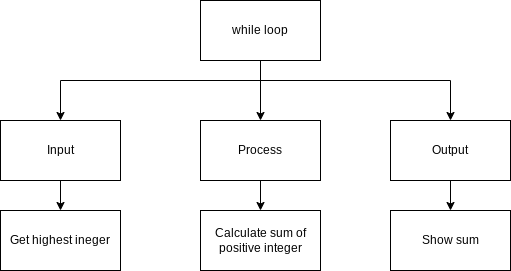
Before: top-down.png, a diagram exported from draw.io (Huzaifa-Khalid-2/ICS3U-Unit4-01-Python). Source tidied: cells renumbered, new cells last; positions are measured from the earlier drawing's top-left corner, leaving out a move shared by most shapes. The source it was exported from:
```xml
<mxGraphModel>
  <root>
    <mxCell id="0" />
    <mxCell id="1" parent="0" />
    <mxCell id="2" style="edgeStyle=none;html=1;entryX=0.5;entryY=0;entryDx=0;entryDy=0;" parent="1" edge="1" source="5" target="7">
      <mxGeometry relative="1" as="geometry" />
    </mxCell>
    <mxCell id="3" style="edgeStyle=orthogonalEdgeStyle;html=1;rounded=0;" parent="1" edge="1" source="5" target="9">
      <mxGeometry relative="1" as="geometry">
        <Array as="points">
          <mxPoint x="260" y="80" />
          <mxPoint x="60" y="80" />
        </Array>
      </mxGeometry>
    </mxCell>
    <mxCell id="4" style="edgeStyle=orthogonalEdgeStyle;rounded=0;html=1;" parent="1" edge="1" source="5" target="11">
      <mxGeometry relative="1" as="geometry">
        <Array as="points">
          <mxPoint x="260" y="80" />
          <mxPoint x="450" y="80" />
        </Array>
      </mxGeometry>
    </mxCell>
    <mxCell id="5" value="while loop" style="rounded=0;whiteSpace=wrap;html=1;" parent="1" vertex="1">
      <mxGeometry x="200" width="120" height="60" as="geometry" />
    </mxCell>
    <mxCell id="6" style="edgeStyle=orthogonalEdgeStyle;rounded=0;html=1;" parent="1" edge="1" source="7" target="13">
      <mxGeometry relative="1" as="geometry" />
    </mxCell>
    <mxCell id="7" value="Process" style="rounded=0;whiteSpace=wrap;html=1;" parent="1" vertex="1">
      <mxGeometry x="200" y="120" width="120" height="60" as="geometry" />
    </mxCell>
    <mxCell id="8" style="edgeStyle=orthogonalEdgeStyle;rounded=0;html=1;" parent="1" edge="1" source="9" target="12">
      <mxGeometry relative="1" as="geometry">
        <Array as="points">
          <mxPoint x="60" y="230" />
          <mxPoint x="60" y="230" />
        </Array>
      </mxGeometry>
    </mxCell>
    <mxCell id="9" value="Input" style="rounded=0;whiteSpace=wrap;html=1;" parent="1" vertex="1">
      <mxGeometry y="120" width="120" height="60" as="geometry" />
    </mxCell>
    <mxCell id="10" style="edgeStyle=orthogonalEdgeStyle;rounded=0;html=1;" parent="1" edge="1" source="11" target="14">
      <mxGeometry relative="1" as="geometry" />
    </mxCell>
    <mxCell id="11" value="Output" style="rounded=0;whiteSpace=wrap;html=1;" parent="1" vertex="1">
      <mxGeometry x="390" y="120" width="120" height="60" as="geometry" />
    </mxCell>
    <mxCell id="12" value="Get highest ineger" style="rounded=0;whiteSpace=wrap;html=1;" parent="1" vertex="1">
      <mxGeometry y="210" width="120" height="60" as="geometry" />
    </mxCell>
    <mxCell id="13" value="Calculate sum of positive integer" style="rounded=0;whiteSpace=wrap;html=1;" parent="1" vertex="1">
      <mxGeometry x="200" y="210" width="120" height="60" as="geometry" />
    </mxCell>
    <mxCell id="14" value="Show sum" style="rounded=0;whiteSpace=wrap;html=1;" parent="1" vertex="1">
      <mxGeometry x="390" y="210" width="120" height="60" as="geometry" />
    </mxCell>
  </root>
</mxGraphModel>
```
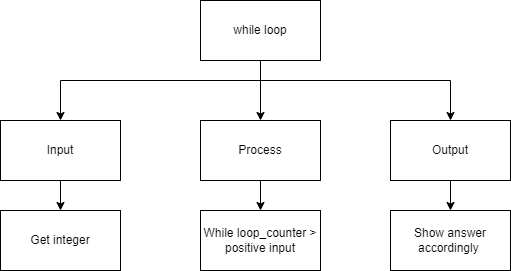
Above is the later version.

The edit, as a diff of the source:
```diff
@@ -47,13 +47,13 @@
     <mxCell id="11" value="Output" style="rounded=0;whiteSpace=wrap;html=1;" parent="1" vertex="1">
       <mxGeometry x="390" y="120" width="120" height="60" as="geometry" />
     </mxCell>
-    <mxCell id="12" value="Get highest ineger" style="rounded=0;whiteSpace=wrap;html=1;" parent="1" vertex="1">
+    <mxCell id="12" value="Get integer" style="rounded=0;whiteSpace=wrap;html=1;" parent="1" vertex="1">
       <mxGeometry y="210" width="120" height="60" as="geometry" />
     </mxCell>
-    <mxCell id="13" value="Calculate sum of positive integer" style="rounded=0;whiteSpace=wrap;html=1;" parent="1" vertex="1">
+    <mxCell id="13" value="While loop_counter &amp;gt; positive input" style="rounded=0;whiteSpace=wrap;html=1;" parent="1" vertex="1">
       <mxGeometry x="200" y="210" width="120" height="60" as="geometry" />
     </mxCell>
-    <mxCell id="14" value="Show sum" style="rounded=0;whiteSpace=wrap;html=1;" parent="1" vertex="1">
+    <mxCell id="14" value="Show answer accordingly&amp;nbsp;" style="rounded=0;whiteSpace=wrap;html=1;" parent="1" vertex="1">
       <mxGeometry x="390" y="210" width="120" height="60" as="geometry" />
     </mxCell>
   </root>
```
